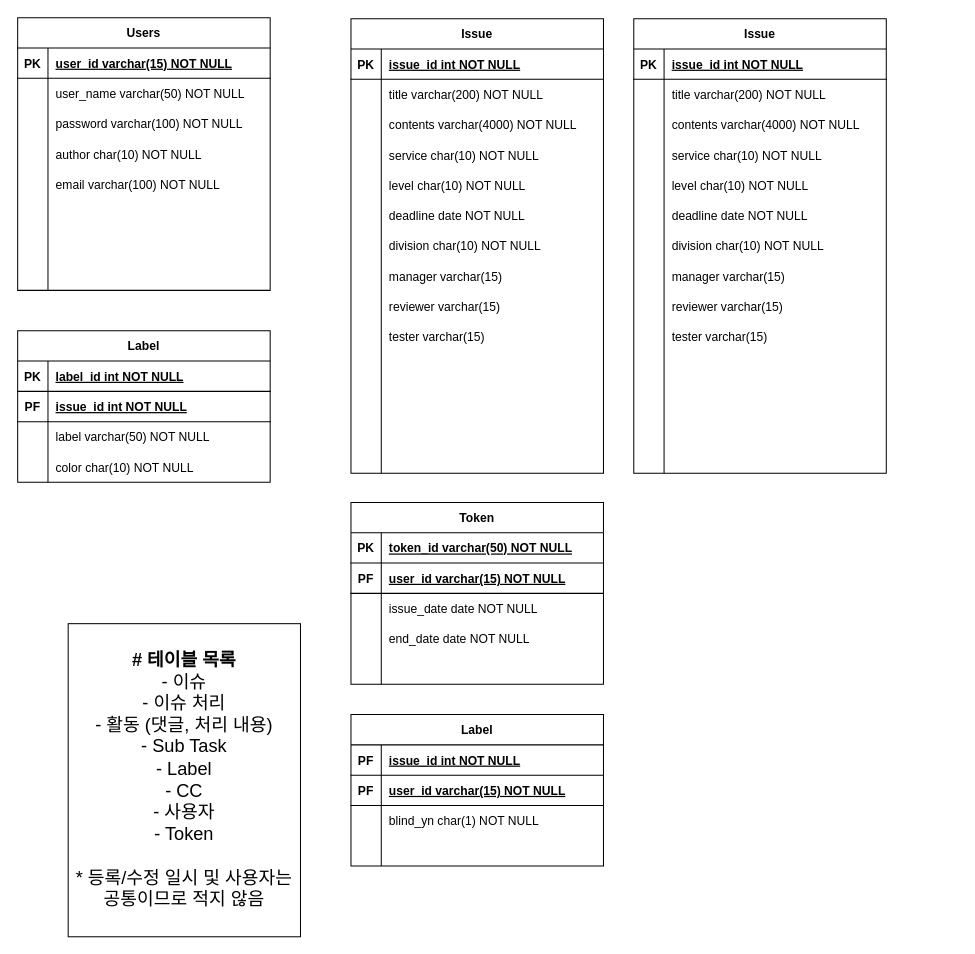
neorang/drawdoc keeps this draw.io diagram as neims/neims_erd.drawio. Above is the earlier version. Source tidied: cells renumbered, new cells numbered last; positions are measured from the earlier drawing's top-left corner, leaving out a move shared by most shapes. Both pictures are drawn from the tidied source at 101%, with x=0, y=0 at pixel (17, 17).
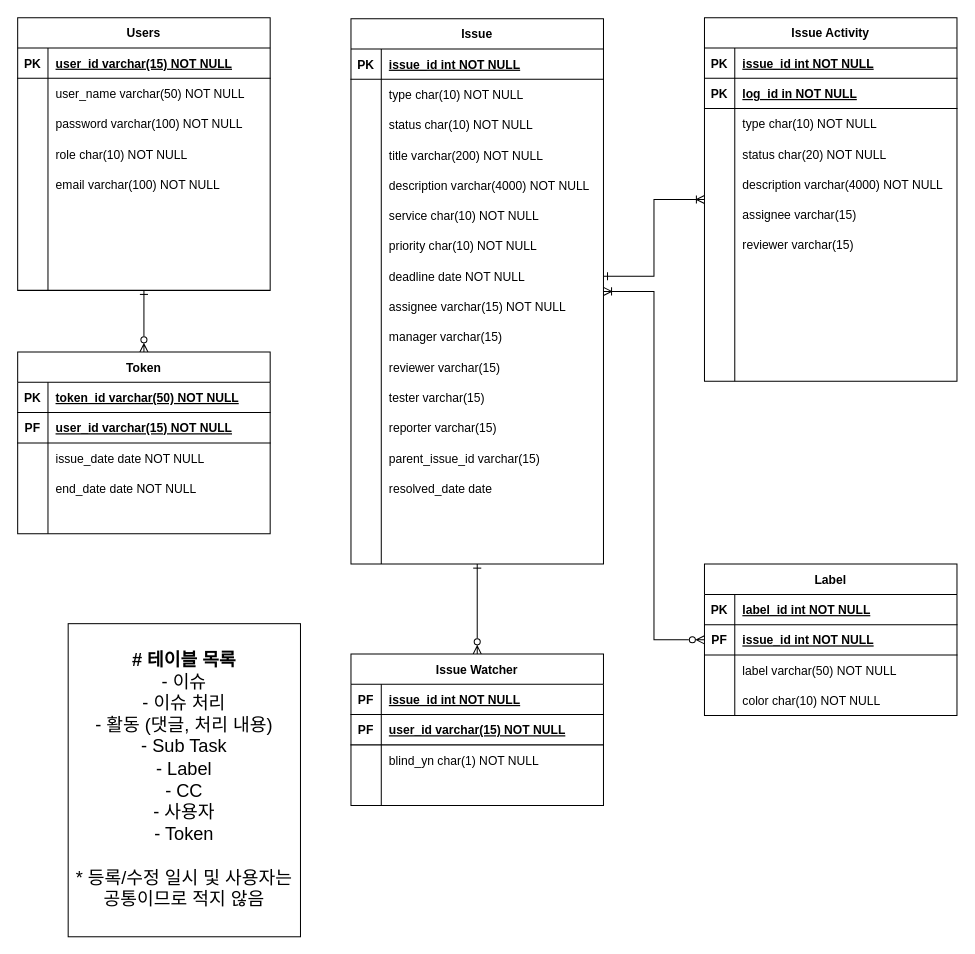
The same diagram, later.

Unchanged cells that the change refers to:
```xml
<mxCell id="58" value="Users" style="shape=table;startSize=30;childLayout=tableLayout;rowLines=0;fontStyle=1;align=center;" parent="1" vertex="1">
  <mxGeometry width="250" height="270" as="geometry" />
</mxCell>
<mxCell id="68" style="shape=partialRectangle;fillColor=none;top=0;left=0;right=0;bottom=0;" parent="58" vertex="1">
  <mxGeometry y="120" width="250" height="30" as="geometry" />
</mxCell>
```

The edit, as a diff of the source:
```diff
@@
     <mxCell id="2" value="Issue" style="shape=table;startSize=30;childLayout=tableLayout;rowLines=0;fontStyle=1;align=center;" parent="1" vertex="1">
-      <mxGeometry x="330" y="1" width="250" height="450" as="geometry" />
+      <mxGeometry x="330" y="1" width="250" height="540" as="geometry" />
     </mxCell>
@@
+    <mxCell id="156" style="shape=partialRectangle;fillColor=none;top=0;left=0;right=0;bottom=0;" parent="2" vertex="1">
+      <mxGeometry y="60" width="250" height="30" as="geometry" />
+    </mxCell>
+    <mxCell id="157" style="shape=partialRectangle;overflow=hidden;fillColor=none;top=0;left=0;bottom=0;right=0;" parent="156" vertex="1">
+      <mxGeometry width="30" height="30" as="geometry" />
+    </mxCell>
+    <mxCell id="158" value="type char(10) NOT NULL" style="shape=partialRectangle;overflow=hidden;fillColor=none;top=0;left=0;bottom=0;right=0;align=left;spacingLeft=6;" parent="156" vertex="1">
+      <mxGeometry x="30" width="220" height="30" as="geometry" />
+    </mxCell>
+    <mxCell id="21" style="shape=partialRectangle;fillColor=none;top=0;left=0;right=0;bottom=0;" parent="2" vertex="1">
+      <mxGeometry y="90" width="250" height="30" as="geometry" />
+    </mxCell>
+    <mxCell id="22" style="shape=partialRectangle;overflow=hidden;fillColor=none;top=0;left=0;bottom=0;right=0;" parent="21" vertex="1">
+      <mxGeometry width="30" height="30" as="geometry" />
+    </mxCell>
+    <mxCell id="23" value="status char(10) NOT NULL" style="shape=partialRectangle;overflow=hidden;fillColor=none;top=0;left=0;bottom=0;right=0;align=left;spacingLeft=6;" parent="21" vertex="1">
+      <mxGeometry x="30" width="220" height="30" as="geometry" />
+    </mxCell>
     <mxCell id="6" style="shape=partialRectangle;fillColor=none;top=0;left=0;right=0;bottom=0;" parent="2" vertex="1">
-      <mxGeometry y="60" width="250" height="30" as="geometry" />
+      <mxGeometry y="120" width="250" height="30" as="geometry" />
     </mxCell>
@@
     <mxCell id="9" style="shape=partialRectangle;fillColor=none;top=0;left=0;right=0;bottom=0;" parent="2" vertex="1">
-      <mxGeometry y="90" width="250" height="30" as="geometry" />
+      <mxGeometry y="150" width="250" height="30" as="geometry" />
     </mxCell>
@@
-    <mxCell id="11" value="contents varchar(4000) NOT NULL" style="shape=partialRectangle;overflow=hidden;fillColor=none;top=0;left=0;bottom=0;right=0;align=left;spacingLeft=6;" parent="9" vertex="1">
+    <mxCell id="11" value="description varchar(4000) NOT NULL" style="shape=partialRectangle;overflow=hidden;fillColor=none;top=0;left=0;bottom=0;right=0;align=left;spacingLeft=6;" parent="9" vertex="1">
       <mxGeometry x="30" width="220" height="30" as="geometry" />
     </mxCell>
     <mxCell id="12" style="shape=partialRectangle;fillColor=none;top=0;left=0;right=0;bottom=0;" parent="2" vertex="1">
-      <mxGeometry y="120" width="250" height="30" as="geometry" />
+      <mxGeometry y="180" width="250" height="30" as="geometry" />
     </mxCell>
@@
     <mxCell id="15" style="shape=partialRectangle;fillColor=none;top=0;left=0;right=0;bottom=0;" parent="2" vertex="1">
-      <mxGeometry y="150" width="250" height="30" as="geometry" />
+      <mxGeometry y="210" width="250" height="30" as="geometry" />
     </mxCell>
@@
-    <mxCell id="17" value="level char(10) NOT NULL" style="shape=partialRectangle;overflow=hidden;fillColor=none;top=0;left=0;bottom=0;right=0;align=left;spacingLeft=6;" parent="15" vertex="1">
+    <mxCell id="17" value="priority char(10) NOT NULL" style="shape=partialRectangle;overflow=hidden;fillColor=none;top=0;left=0;bottom=0;right=0;align=left;spacingLeft=6;" parent="15" vertex="1">
       <mxGeometry x="30" width="220" height="30" as="geometry" />
     </mxCell>
     <mxCell id="18" style="shape=partialRectangle;fillColor=none;points=[[0,0.5],[1,0.5]];portConstraint=eastwest;top=0;left=0;right=0;bottom=0;" parent="2" vertex="1">
-      <mxGeometry y="180" width="250" height="30" as="geometry" />
+      <mxGeometry y="240" width="250" height="30" as="geometry" />
     </mxCell>
@@
-    <mxCell id="21" style="shape=partialRectangle;fillColor=none;top=0;left=0;right=0;bottom=0;" parent="2" vertex="1">
-      <mxGeometry y="210" width="250" height="30" as="geometry" />
-    </mxCell>
-    <mxCell id="22" style="shape=partialRectangle;overflow=hidden;fillColor=none;top=0;left=0;bottom=0;right=0;" parent="21" vertex="1">
-      <mxGeometry width="30" height="30" as="geometry" />
-    </mxCell>
-    <mxCell id="23" value="division char(10) NOT NULL" style="shape=partialRectangle;overflow=hidden;fillColor=none;top=0;left=0;bottom=0;right=0;align=left;spacingLeft=6;" parent="21" vertex="1">
-      <mxGeometry x="30" width="220" height="30" as="geometry" />
-    </mxCell>
+    <mxCell id="159" style="shape=partialRectangle;fillColor=none;top=0;left=0;right=0;bottom=0;" parent="2" vertex="1">
+      <mxGeometry y="270" width="250" height="30" as="geometry" />
+    </mxCell>
+    <mxCell id="160" style="shape=partialRectangle;overflow=hidden;fillColor=none;top=0;left=0;bottom=0;right=0;" parent="159" vertex="1">
+      <mxGeometry width="30" height="30" as="geometry" />
+    </mxCell>
+    <mxCell id="161" value="assignee varchar(15) NOT NULL" style="shape=partialRectangle;overflow=hidden;fillColor=none;top=0;left=0;bottom=0;right=0;align=left;spacingLeft=6;" parent="159" vertex="1">
+      <mxGeometry x="30" width="220" height="30" as="geometry" />
+    </mxCell>
     <mxCell id="24" style="shape=partialRectangle;fillColor=none;top=0;left=0;right=0;bottom=0;" parent="2" vertex="1">
-      <mxGeometry y="240" width="250" height="30" as="geometry" />
+      <mxGeometry y="300" width="250" height="30" as="geometry" />
     </mxCell>
@@
     <mxCell id="27" style="shape=partialRectangle;fillColor=none;top=0;left=0;right=0;bottom=0;" parent="2" vertex="1">
-      <mxGeometry y="270" width="250" height="30" as="geometry" />
+      <mxGeometry y="330" width="250" height="30" as="geometry" />
     </mxCell>
@@
     <mxCell id="30" style="shape=partialRectangle;fillColor=none;top=0;left=0;right=0;bottom=0;" parent="2" vertex="1">
-      <mxGeometry y="300" width="250" height="30" as="geometry" />
+      <mxGeometry y="360" width="250" height="30" as="geometry" />
     </mxCell>
@@
+    <mxCell id="162" style="shape=partialRectangle;fillColor=none;top=0;left=0;right=0;bottom=0;" parent="2" vertex="1">
+      <mxGeometry y="390" width="250" height="30" as="geometry" />
+    </mxCell>
+    <mxCell id="163" style="shape=partialRectangle;overflow=hidden;fillColor=none;top=0;left=0;bottom=0;right=0;" parent="162" vertex="1">
+      <mxGeometry width="30" height="30" as="geometry" />
+    </mxCell>
+    <mxCell id="164" value="reporter varchar(15)" style="shape=partialRectangle;overflow=hidden;fillColor=none;top=0;left=0;bottom=0;right=0;align=left;spacingLeft=6;" parent="162" vertex="1">
+      <mxGeometry x="30" width="220" height="30" as="geometry" />
+    </mxCell>
     <mxCell id="33" style="shape=partialRectangle;fillColor=none;top=0;left=0;right=0;bottom=0;" parent="2" vertex="1">
-      <mxGeometry y="330" width="250" height="30" as="geometry" />
+      <mxGeometry y="420" width="250" height="30" as="geometry" />
     </mxCell>
@@
-    <mxCell id="35" style="shape=partialRectangle;overflow=hidden;fillColor=none;top=0;left=0;bottom=0;right=0;align=left;spacingLeft=6;" parent="33" vertex="1">
+    <mxCell id="35" value="parent_issue_id varchar(15)" style="shape=partialRectangle;overflow=hidden;fillColor=none;top=0;left=0;bottom=0;right=0;align=left;spacingLeft=6;" parent="33" vertex="1">
       <mxGeometry x="30" width="220" height="30" as="geometry" />
     </mxCell>
     <mxCell id="36" style="shape=partialRectangle;fillColor=none;top=0;left=0;right=0;bottom=0;" parent="2" vertex="1">
-      <mxGeometry y="360" width="250" height="30" as="geometry" />
+      <mxGeometry y="450" width="250" height="30" as="geometry" />
     </mxCell>
@@
-    <mxCell id="38" style="shape=partialRectangle;overflow=hidden;fillColor=none;top=0;left=0;bottom=0;right=0;align=left;spacingLeft=6;" parent="36" vertex="1">
+    <mxCell id="38" value="resolved_date date" style="shape=partialRectangle;overflow=hidden;fillColor=none;top=0;left=0;bottom=0;right=0;align=left;spacingLeft=6;" parent="36" vertex="1">
       <mxGeometry x="30" width="220" height="30" as="geometry" />
     </mxCell>
     <mxCell id="39" style="shape=partialRectangle;fillColor=none;top=0;left=0;right=0;bottom=0;" parent="2" vertex="1">
-      <mxGeometry y="390" width="250" height="30" as="geometry" />
+      <mxGeometry y="480" width="250" height="30" as="geometry" />
     </mxCell>
@@
     <mxCell id="42" style="shape=partialRectangle;fillColor=none;top=0;left=0;right=0;bottom=0;" parent="2" vertex="1">
-      <mxGeometry y="420" width="250" height="30" as="geometry" />
+      <mxGeometry y="510" width="250" height="30" as="geometry" />
     </mxCell>
@@
+    <mxCell id="165" style="edgeStyle=orthogonalEdgeStyle;rounded=0;jettySize=auto;html=1;entryX=1;entryY=0.5;entryDx=0;entryDy=0;endArrow=ERoneToMany;endFill=0;startArrow=ERzeroToMany;startFill=0;" parent="1" edge="1" source="45" target="2">
+      <mxGeometry relative="1" as="geometry" />
+    </mxCell>
     <mxCell id="45" value="Label" style="shape=table;startSize=30;childLayout=tableLayout;rowLines=0;fontStyle=1;align=center;" parent="1" vertex="1">
-      <mxGeometry y="310" width="250" height="150" as="geometry" />
+      <mxGeometry x="680" y="541" width="250" height="150" as="geometry" />
     </mxCell>
@@
-    <mxCell id="70" value="author char(10) NOT NULL" style="shape=partialRectangle;overflow=hidden;fillColor=none;top=0;left=0;bottom=0;right=0;align=left;spacingLeft=6;" parent="68" vertex="1">
+    <mxCell id="70" value="role char(10) NOT NULL" style="shape=partialRectangle;overflow=hidden;fillColor=none;top=0;left=0;bottom=0;right=0;align=left;spacingLeft=6;" parent="68" vertex="1">
       <mxGeometry x="30" width="220" height="30" as="geometry" />
     </mxCell>
@@
+    <mxCell id="166" style="edgeStyle=orthogonalEdgeStyle;rounded=0;jettySize=auto;html=1;entryX=0.5;entryY=1;entryDx=0;entryDy=0;startArrow=ERzeroToMany;startFill=0;endArrow=ERone;endFill=0;" parent="1" edge="1" source="84" target="58">
+      <mxGeometry relative="1" as="geometry" />
+    </mxCell>
     <mxCell id="84" value="Token" style="shape=table;startSize=30;childLayout=tableLayout;rowLines=0;fontStyle=1;align=center;" parent="1" vertex="1">
-      <mxGeometry x="330" y="480" width="250" height="180" as="geometry" />
+      <mxGeometry y="331" width="250" height="180" as="geometry" />
     </mxCell>
@@
+    <mxCell id="167" style="edgeStyle=orthogonalEdgeStyle;rounded=0;jettySize=auto;html=1;entryX=0.5;entryY=1;entryDx=0;entryDy=0;endArrow=ERone;endFill=0;startArrow=ERzeroToMany;startFill=0;" parent="1" edge="1" source="100" target="2">
+      <mxGeometry relative="1" as="geometry" />
+    </mxCell>
-    <mxCell id="100" value="Label" style="shape=table;startSize=30;childLayout=tableLayout;rowLines=0;fontStyle=1;align=center;" parent="1" vertex="1">
-      <mxGeometry x="330" y="690" width="250" height="150" as="geometry" />
+    <mxCell id="100" value="Issue Watcher" style="shape=table;startSize=30;childLayout=tableLayout;rowLines=0;fontStyle=1;align=center;" parent="1" vertex="1">
+      <mxGeometry x="330" y="630" width="250" height="150" as="geometry" />
     </mxCell>
@@
+    <mxCell id="168" style="edgeStyle=orthogonalEdgeStyle;rounded=0;jettySize=auto;html=1;startArrow=ERoneToMany;startFill=0;endArrow=ERone;endFill=0;" parent="1" edge="1" source="113" target="18">
+      <mxGeometry relative="1" as="geometry" />
+    </mxCell>
-    <mxCell id="113" value="Issue" style="shape=table;startSize=30;childLayout=tableLayout;rowLines=0;fontStyle=1;align=center;" parent="1" vertex="1">
-      <mxGeometry x="610" y="1" width="250" height="450" as="geometry" />
+    <mxCell id="113" value="Issue Activity" style="shape=table;startSize=30;childLayout=tableLayout;rowLines=0;fontStyle=1;align=center;" parent="1" vertex="1">
+      <mxGeometry x="680" width="250" height="360" as="geometry" />
     </mxCell>
@@
+    <mxCell id="169" style="shape=partialRectangle;fillColor=none;top=0;left=0;right=0;bottom=1;" parent="113" vertex="1">
+      <mxGeometry y="60" width="250" height="30" as="geometry" />
+    </mxCell>
+    <mxCell id="170" value="PK" style="shape=partialRectangle;overflow=hidden;fillColor=none;top=0;left=0;bottom=0;right=0;fontStyle=1;" parent="169" vertex="1">
+      <mxGeometry width="30" height="30" as="geometry" />
+    </mxCell>
+    <mxCell id="171" value="log_id in NOT NULL" style="shape=partialRectangle;overflow=hidden;fillColor=none;top=0;left=0;bottom=0;right=0;align=left;spacingLeft=6;fontStyle=5;" parent="169" vertex="1">
+      <mxGeometry x="30" width="220" height="30" as="geometry" />
+    </mxCell>
+    <mxCell id="123" style="shape=partialRectangle;fillColor=none;top=0;left=0;right=0;bottom=0;" parent="113" vertex="1">
+      <mxGeometry y="90" width="250" height="30" as="geometry" />
+    </mxCell>
+    <mxCell id="124" style="shape=partialRectangle;overflow=hidden;fillColor=none;top=0;left=0;bottom=0;right=0;" parent="123" vertex="1">
+      <mxGeometry width="30" height="30" as="geometry" />
+    </mxCell>
+    <mxCell id="125" value="type char(10) NOT NULL" style="shape=partialRectangle;overflow=hidden;fillColor=none;top=0;left=0;bottom=0;right=0;align=left;spacingLeft=6;" parent="123" vertex="1">
+      <mxGeometry x="30" width="220" height="30" as="geometry" />
+    </mxCell>
     <mxCell id="117" style="shape=partialRectangle;fillColor=none;top=0;left=0;right=0;bottom=0;" parent="113" vertex="1">
-      <mxGeometry y="60" width="250" height="30" as="geometry" />
+      <mxGeometry y="120" width="250" height="30" as="geometry" />
     </mxCell>
@@
-    <mxCell id="119" value="title varchar(200) NOT NULL" style="shape=partialRectangle;overflow=hidden;fillColor=none;top=0;left=0;bottom=0;right=0;align=left;spacingLeft=6;" parent="117" vertex="1">
+    <mxCell id="119" value="status char(20) NOT NULL" style="shape=partialRectangle;overflow=hidden;fillColor=none;top=0;left=0;bottom=0;right=0;align=left;spacingLeft=6;" parent="117" vertex="1">
       <mxGeometry x="30" width="220" height="30" as="geometry" />
     </mxCell>
     <mxCell id="120" style="shape=partialRectangle;fillColor=none;top=0;left=0;right=0;bottom=0;" parent="113" vertex="1">
-      <mxGeometry y="90" width="250" height="30" as="geometry" />
+      <mxGeometry y="150" width="250" height="30" as="geometry" />
     </mxCell>
@@
-    <mxCell id="122" value="contents varchar(4000) NOT NULL" style="shape=partialRectangle;overflow=hidden;fillColor=none;top=0;left=0;bottom=0;right=0;align=left;spacingLeft=6;" parent="120" vertex="1">
+    <mxCell id="122" value="description varchar(4000) NOT NULL" style="shape=partialRectangle;overflow=hidden;fillColor=none;top=0;left=0;bottom=0;right=0;align=left;spacingLeft=6;" parent="120" vertex="1">
       <mxGeometry x="30" width="220" height="30" as="geometry" />
     </mxCell>
-    <mxCell id="123" style="shape=partialRectangle;fillColor=none;top=0;left=0;right=0;bottom=0;" parent="113" vertex="1">
-      <mxGeometry y="120" width="250" height="30" as="geometry" />
-    </mxCell>
-    <mxCell id="124" style="shape=partialRectangle;overflow=hidden;fillColor=none;top=0;left=0;bottom=0;right=0;" parent="123" vertex="1">
-      <mxGeometry width="30" height="30" as="geometry" />
-    </mxCell>
-    <mxCell id="125" value="service char(10) NOT NULL" style="shape=partialRectangle;overflow=hidden;fillColor=none;top=0;left=0;bottom=0;right=0;align=left;spacingLeft=6;" parent="123" vertex="1">
-      <mxGeometry x="30" width="220" height="30" as="geometry" />
-    </mxCell>
-    <mxCell id="126" style="shape=partialRectangle;fillColor=none;top=0;left=0;right=0;bottom=0;" parent="113" vertex="1">
-      <mxGeometry y="150" width="250" height="30" as="geometry" />
-    </mxCell>
-    <mxCell id="127" style="shape=partialRectangle;overflow=hidden;fillColor=none;top=0;left=0;bottom=0;right=0;" parent="126" vertex="1">
-      <mxGeometry width="30" height="30" as="geometry" />
-    </mxCell>
-    <mxCell id="128" value="level char(10) NOT NULL" style="shape=partialRectangle;overflow=hidden;fillColor=none;top=0;left=0;bottom=0;right=0;align=left;spacingLeft=6;" parent="126" vertex="1">
-      <mxGeometry x="30" width="220" height="30" as="geometry" />
-    </mxCell>
-    <mxCell id="129" style="shape=partialRectangle;fillColor=none;top=0;left=0;right=0;bottom=0;" parent="113" vertex="1">
-      <mxGeometry y="180" width="250" height="30" as="geometry" />
-    </mxCell>
-    <mxCell id="130" style="shape=partialRectangle;overflow=hidden;fillColor=none;top=0;left=0;bottom=0;right=0;" parent="129" vertex="1">
-      <mxGeometry width="30" height="30" as="geometry" />
-    </mxCell>
-    <mxCell id="131" value="deadline date NOT NULL" style="shape=partialRectangle;overflow=hidden;fillColor=none;top=0;left=0;bottom=0;right=0;align=left;spacingLeft=6;" parent="129" vertex="1">
-      <mxGeometry x="30" width="220" height="30" as="geometry" />
-    </mxCell>
-    <mxCell id="132" style="shape=partialRectangle;fillColor=none;top=0;left=0;right=0;bottom=0;" parent="113" vertex="1">
-      <mxGeometry y="210" width="250" height="30" as="geometry" />
-    </mxCell>
-    <mxCell id="133" style="shape=partialRectangle;overflow=hidden;fillColor=none;top=0;left=0;bottom=0;right=0;" parent="132" vertex="1">
-      <mxGeometry width="30" height="30" as="geometry" />
-    </mxCell>
-    <mxCell id="134" value="division char(10) NOT NULL" style="shape=partialRectangle;overflow=hidden;fillColor=none;top=0;left=0;bottom=0;right=0;align=left;spacingLeft=6;" parent="132" vertex="1">
-      <mxGeometry x="30" width="220" height="30" as="geometry" />
-    </mxCell>
     <mxCell id="135" style="shape=partialRectangle;fillColor=none;top=0;left=0;right=0;bottom=0;" parent="113" vertex="1">
-      <mxGeometry y="240" width="250" height="30" as="geometry" />
+      <mxGeometry y="180" width="250" height="30" as="geometry" />
     </mxCell>
@@
-    <mxCell id="137" value="manager varchar(15)" style="shape=partialRectangle;overflow=hidden;fillColor=none;top=0;left=0;bottom=0;right=0;align=left;spacingLeft=6;" parent="135" vertex="1">
+    <mxCell id="137" value="assignee varchar(15)" style="shape=partialRectangle;overflow=hidden;fillColor=none;top=0;left=0;bottom=0;right=0;align=left;spacingLeft=6;" parent="135" vertex="1">
       <mxGeometry x="30" width="220" height="30" as="geometry" />
     </mxCell>
     <mxCell id="138" style="shape=partialRectangle;fillColor=none;top=0;left=0;right=0;bottom=0;" parent="113" vertex="1">
-      <mxGeometry y="270" width="250" height="30" as="geometry" />
+      <mxGeometry y="210" width="250" height="30" as="geometry" />
     </mxCell>
@@
-    <mxCell id="141" style="shape=partialRectangle;fillColor=none;top=0;left=0;right=0;bottom=0;" parent="113" vertex="1">
-      <mxGeometry y="300" width="250" height="30" as="geometry" />
-    </mxCell>
-    <mxCell id="142" style="shape=partialRectangle;overflow=hidden;fillColor=none;top=0;left=0;bottom=0;right=0;" parent="141" vertex="1">
-      <mxGeometry width="30" height="30" as="geometry" />
-    </mxCell>
-    <mxCell id="143" value="tester varchar(15)" style="shape=partialRectangle;overflow=hidden;fillColor=none;top=0;left=0;bottom=0;right=0;align=left;spacingLeft=6;" parent="141" vertex="1">
-      <mxGeometry x="30" width="220" height="30" as="geometry" />
-    </mxCell>
     <mxCell id="144" style="shape=partialRectangle;fillColor=none;top=0;left=0;right=0;bottom=0;" parent="113" vertex="1">
-      <mxGeometry y="330" width="250" height="30" as="geometry" />
+      <mxGeometry y="240" width="250" height="30" as="geometry" />
     </mxCell>
@@
     <mxCell id="147" style="shape=partialRectangle;fillColor=none;top=0;left=0;right=0;bottom=0;" parent="113" vertex="1">
-      <mxGeometry y="360" width="250" height="30" as="geometry" />
+      <mxGeometry y="270" width="250" height="30" as="geometry" />
     </mxCell>
@@
     <mxCell id="150" style="shape=partialRectangle;fillColor=none;top=0;left=0;right=0;bottom=0;" parent="113" vertex="1">
-      <mxGeometry y="390" width="250" height="30" as="geometry" />
+      <mxGeometry y="300" width="250" height="30" as="geometry" />
     </mxCell>
@@
     <mxCell id="153" style="shape=partialRectangle;fillColor=none;top=0;left=0;right=0;bottom=0;" parent="113" vertex="1">
-      <mxGeometry y="420" width="250" height="30" as="geometry" />
+      <mxGeometry y="330" width="250" height="30" as="geometry" />
     </mxCell>
```
